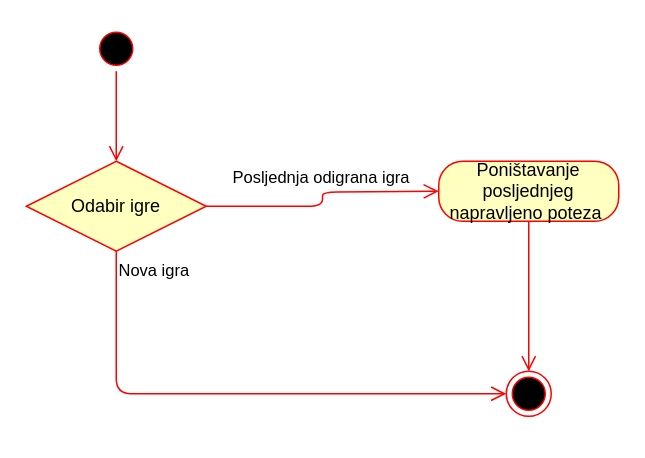
Above: page "activity: Odabir igre" (3 of 5) of dijagram.drawio in ivanaher/2048 (draw.io), before the change. Source tidied: cells renumbered, new cells numbered last; positions are measured from the earlier drawing's top-left corner, leaving out a move shared by most shapes. Both pictures are drawn from the tidied source at 150%, with x=0, y=0 at pixel (26, 26).
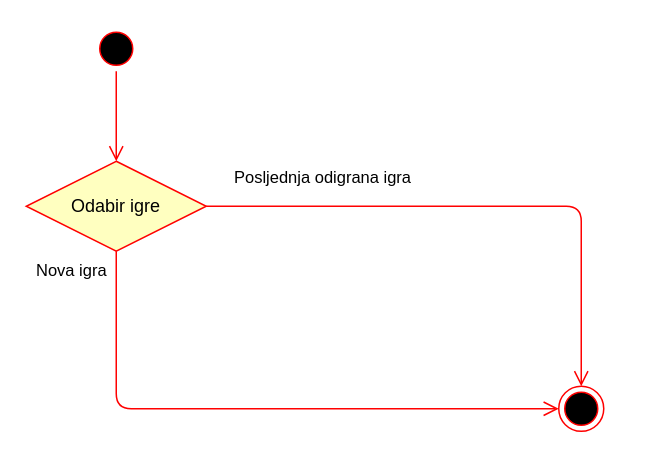
Above is the later version.

The edit, as a diff of the source:
```diff
@@
 <mxGraphModel>
   <root>
     <mxCell id="0" />
     <mxCell id="1" parent="0" />
     <mxCell id="2" style="ellipse;html=1;shape=startState;fillColor=#000000;strokeColor=#ff0000;" parent="1" vertex="1">
       <mxGeometry x="45" width="30" height="30" as="geometry" />
     </mxCell>
     <mxCell id="3" style="edgeStyle=orthogonalEdgeStyle;html=1;verticalAlign=bottom;endArrow=open;endSize=8;strokeColor=#ff0000;" parent="1" edge="1" source="2">
       <mxGeometry relative="1" as="geometry">
         <mxPoint x="60" y="90" as="targetPoint" />
       </mxGeometry>
     </mxCell>
     <mxCell id="4" value="Odabir igre" style="rhombus;whiteSpace=wrap;html=1;fillColor=#ffffc0;strokeColor=#ff0000;" parent="1" vertex="1">
       <mxGeometry y="90" width="120" height="60" as="geometry" />
     </mxCell>
-    <mxCell id="5" value="Posljednja odigrana igra" style="edgeStyle=orthogonalEdgeStyle;html=1;align=left;verticalAlign=bottom;endArrow=open;endSize=8;strokeColor=#ff0000;entryX=0;entryY=0.5;entryDx=0;entryDy=0;" parent="1" edge="1" source="4">
-      <mxGeometry x="-0.81" y="10" relative="1" as="geometry">
-        <mxPoint x="275" y="110" as="targetPoint" />
-      </mxGeometry>
+    <mxCell id="5" value="Posljednja odigrana igra" style="edgeStyle=orthogonalEdgeStyle;html=1;align=left;verticalAlign=bottom;endArrow=open;endSize=8;strokeColor=#ff0000;entryX=0.5;entryY=0;entryDx=0;entryDy=0;" parent="1" edge="1" source="4" target="7">
+      <mxGeometry x="-0.91" y="10" relative="1" as="geometry" />
     </mxCell>
     <mxCell id="6" value="Nova igra" style="edgeStyle=orthogonalEdgeStyle;html=1;align=left;verticalAlign=top;endArrow=open;endSize=8;strokeColor=#ff0000;exitX=0.5;exitY=1;exitDx=0;exitDy=0;entryX=0;entryY=0.5;entryDx=0;entryDy=0;" parent="1" edge="1" source="4" target="7">
-      <mxGeometry x="-1" relative="1" as="geometry" />
+      <mxGeometry x="-1" y="-55" relative="1" as="geometry">
+        <Array as="points">
+          <mxPoint x="60" y="255" />
+        </Array>
+      </mxGeometry>
     </mxCell>
     <mxCell id="7" style="ellipse;html=1;shape=endState;fillColor=#000000;strokeColor=#ff0000;" parent="1" vertex="1">
-      <mxGeometry x="320" y="230" width="30" height="30" as="geometry" />
+      <mxGeometry x="355" y="240" width="30" height="30" as="geometry" />
     </mxCell>
-    <mxCell id="8" value="Poništavanje posljednjeg napravljeno poteza&amp;nbsp;" style="rounded=1;whiteSpace=wrap;html=1;arcSize=40;fontColor=#000000;fillColor=#ffffc0;strokeColor=#ff0000;" parent="1" vertex="1">
-      <mxGeometry x="275" y="90" width="120" height="40" as="geometry" />
-    </mxCell>
-    <mxCell id="9" style="edgeStyle=orthogonalEdgeStyle;html=1;verticalAlign=bottom;endArrow=open;endSize=8;strokeColor=#ff0000;" parent="1" edge="1" source="8" target="7">
-      <mxGeometry relative="1" as="geometry" />
-    </mxCell>
   </root>
 </mxGraphModel>
```
